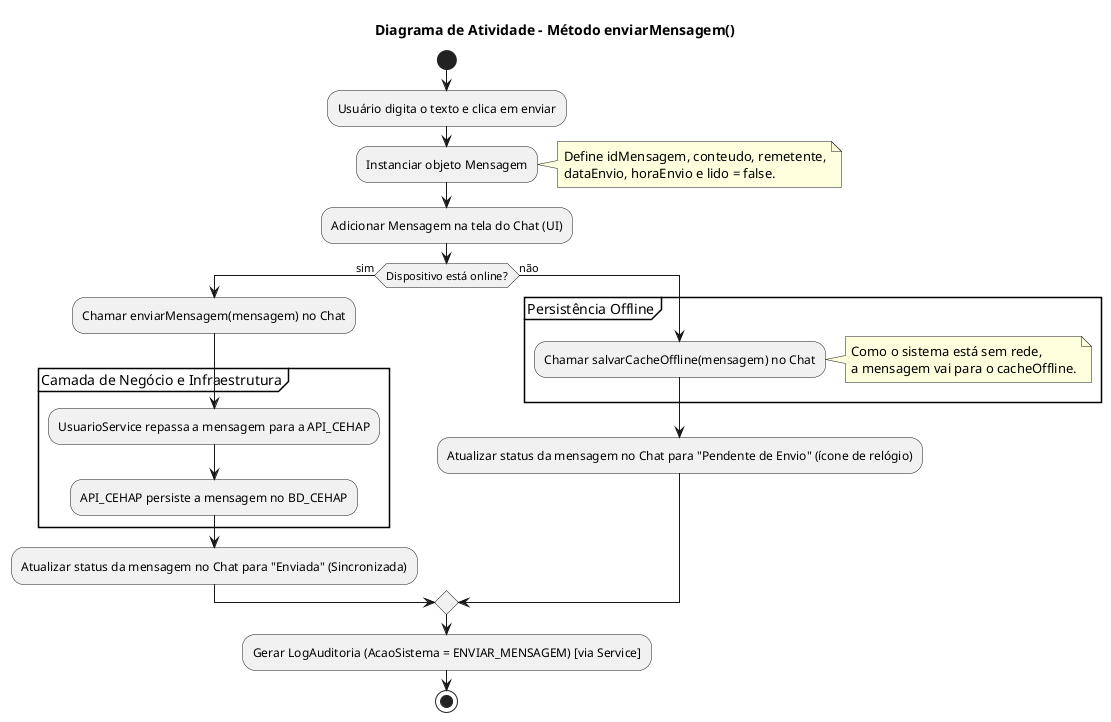
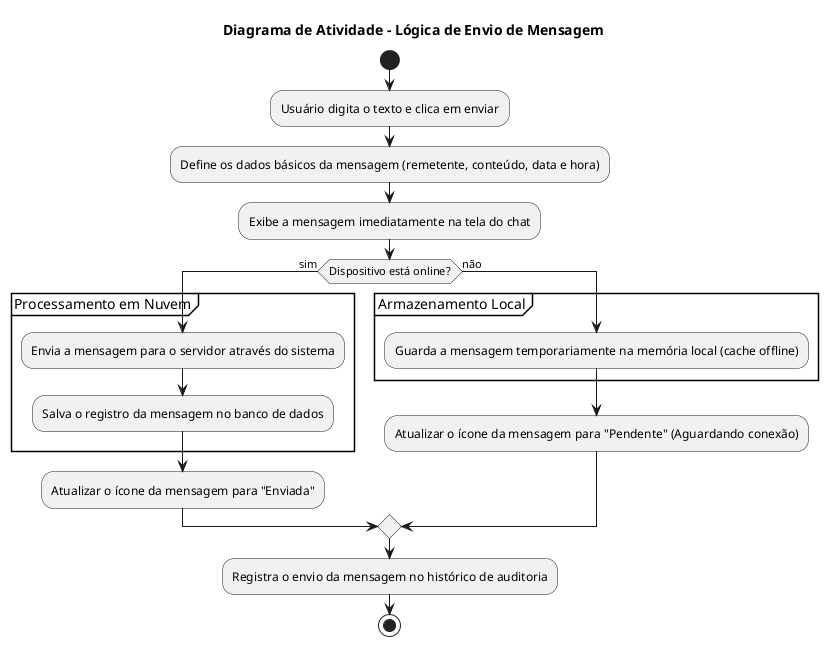
@startuml
- title Diagrama de Atividade - Método enviarMensagem()
+ title Diagrama de Atividade - Lógica de Envio de Mensagem

start

:Usuário digita o texto e clica em enviar;
- :Instanciar objeto Mensagem;
- note right
-   Define idMensagem, conteudo, remetente,
-   dataEnvio, horaEnvio e lido = false.
- end note
- 
- :Adicionar Mensagem na tela do Chat (UI);
+ :Define os dados básicos da mensagem (remetente, conteúdo, data e hora);
+ :Exibe a mensagem imediatamente na tela do chat;

if (Dispositivo está online?) then (sim)
-   :Chamar enviarMensagem(mensagem) no Chat;

-   partition "Camada de Negócio e Infraestrutura" {
-     :UsuarioService repassa a mensagem para a API_CEHAP;
-     :API_CEHAP persiste a mensagem no BD_CEHAP;
+   partition "Processamento em Nuvem" {
+     :Envia a mensagem para o servidor através do sistema;
+     :Salva o registro da mensagem no banco de dados;
  }

-   :Atualizar status da mensagem no Chat para "Enviada" (Sincronizada);
+   :Atualizar o ícone da mensagem para "Enviada";

else (não)
-   partition "Persistência Offline" {
-     :Chamar salvarCacheOffline(mensagem) no Chat;
-     note right
-       Como o sistema está sem rede,
-       a mensagem vai para o cacheOffline.
-     end note
+ 
+   partition "Armazenamento Local" {
+     :Guarda a mensagem temporariamente na memória local (cache offline);
  }

-   :Atualizar status da mensagem no Chat para "Pendente de Envio" (ícone de relógio);
+   :Atualizar o ícone da mensagem para "Pendente" (Aguardando conexão);
endif

- :Gerar LogAuditoria (AcaoSistema = ENVIAR_MENSAGEM) [via Service];
+ :Registra o envio da mensagem no histórico de auditoria;

stop
@enduml